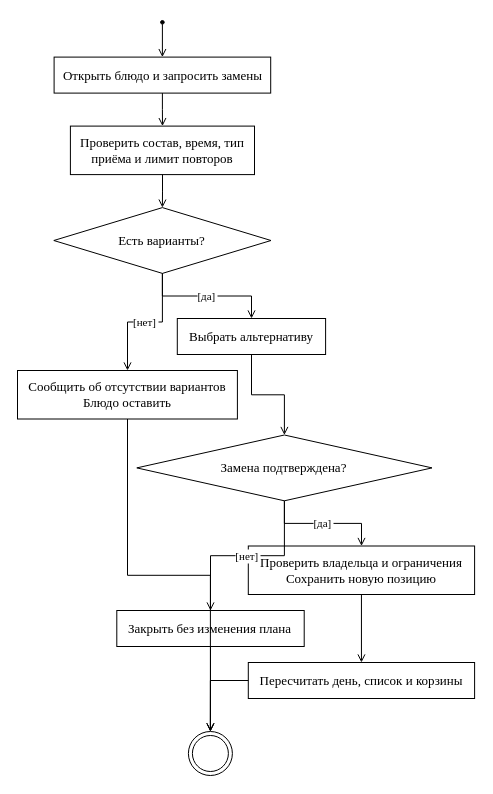
Before: docs/lab2/diagrams/activity_alternative.drawio in Xaz16/FitNutrition, a draw.io diagram. Source tidied: cells renumbered, new cells numbered last; positions are measured from the earlier drawing's top-left corner, leaving out a move shared by most shapes. Both pictures are drawn from the tidied source at 100%, with x=0, y=0 at pixel (17, 20).
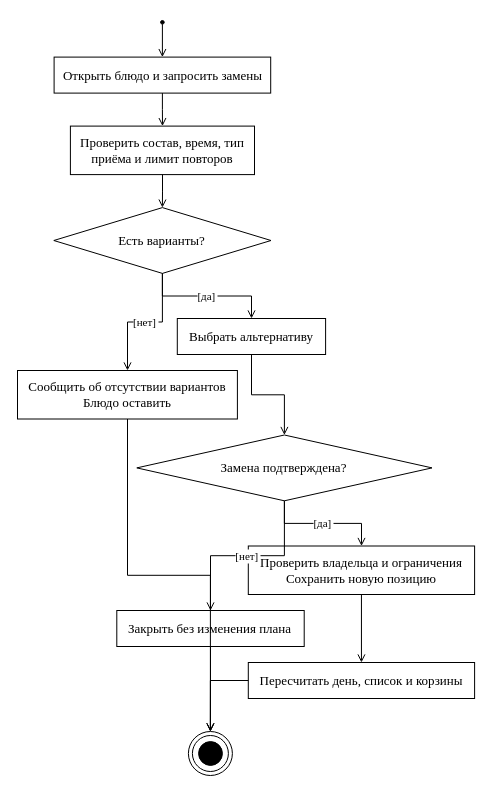
The same diagram, later.

Change to the diagram source:
```diff
@@
+    <mxCell id="25" style="ellipse;fillColor=#000000;strokeColor=#000000;" parent="1" vertex="1">
+      <mxGeometry x="181.1" y="721.1" width="23.8" height="23.8" as="geometry" />
+    </mxCell>
```
